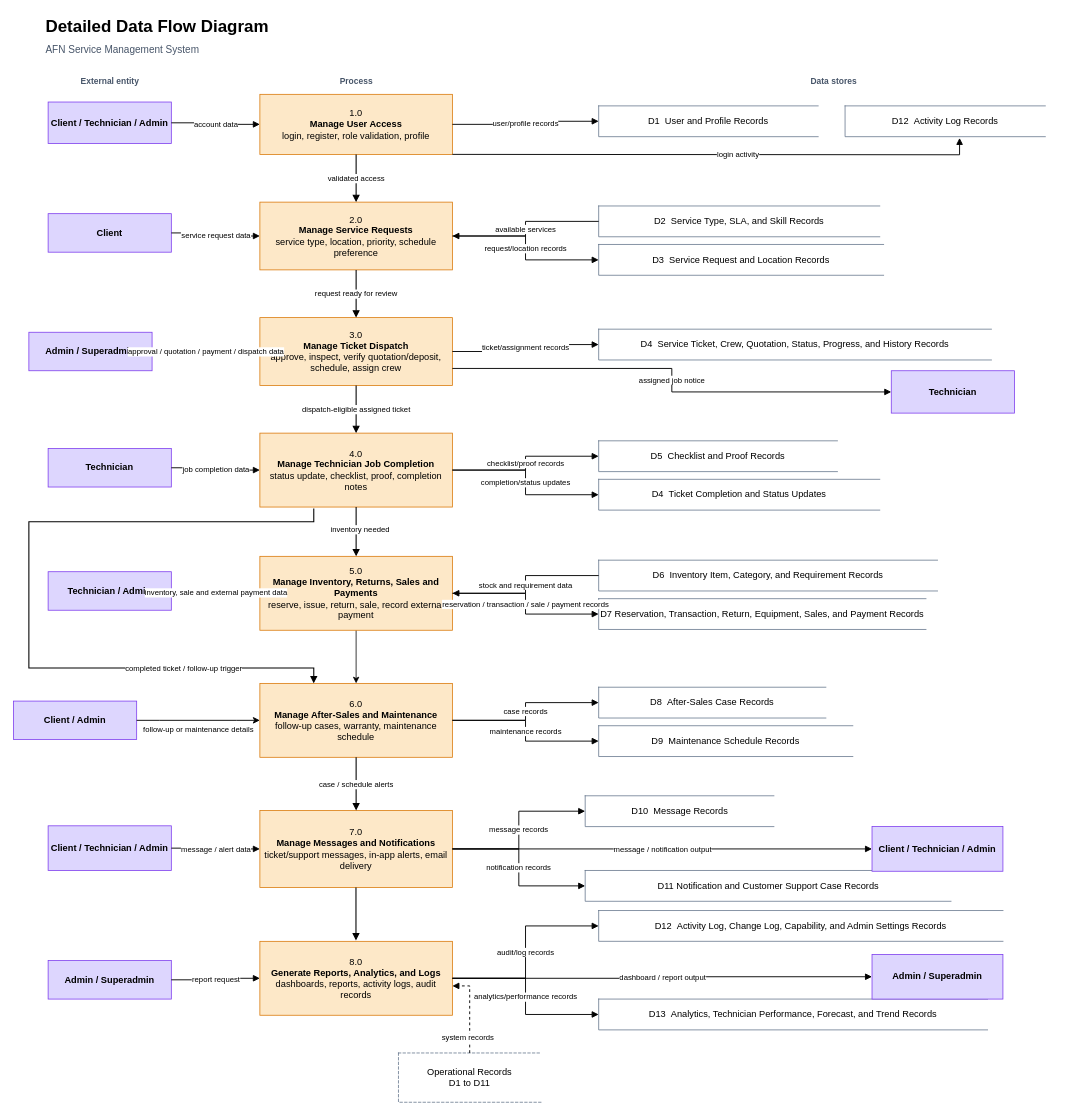
Above: docs/models/AFN_DETAILED_DFD_STRUCTURED.drawio in JH1Npop/capstone-current (draw.io), before the change. Source tidied: cells renumbered, new cells numbered last; positions are measured from the earlier drawing's top-left corner, leaving out a move shared by most shapes. Both pictures are drawn from the tidied source at 77%, with x=0, y=0 at pixel (13, 13).
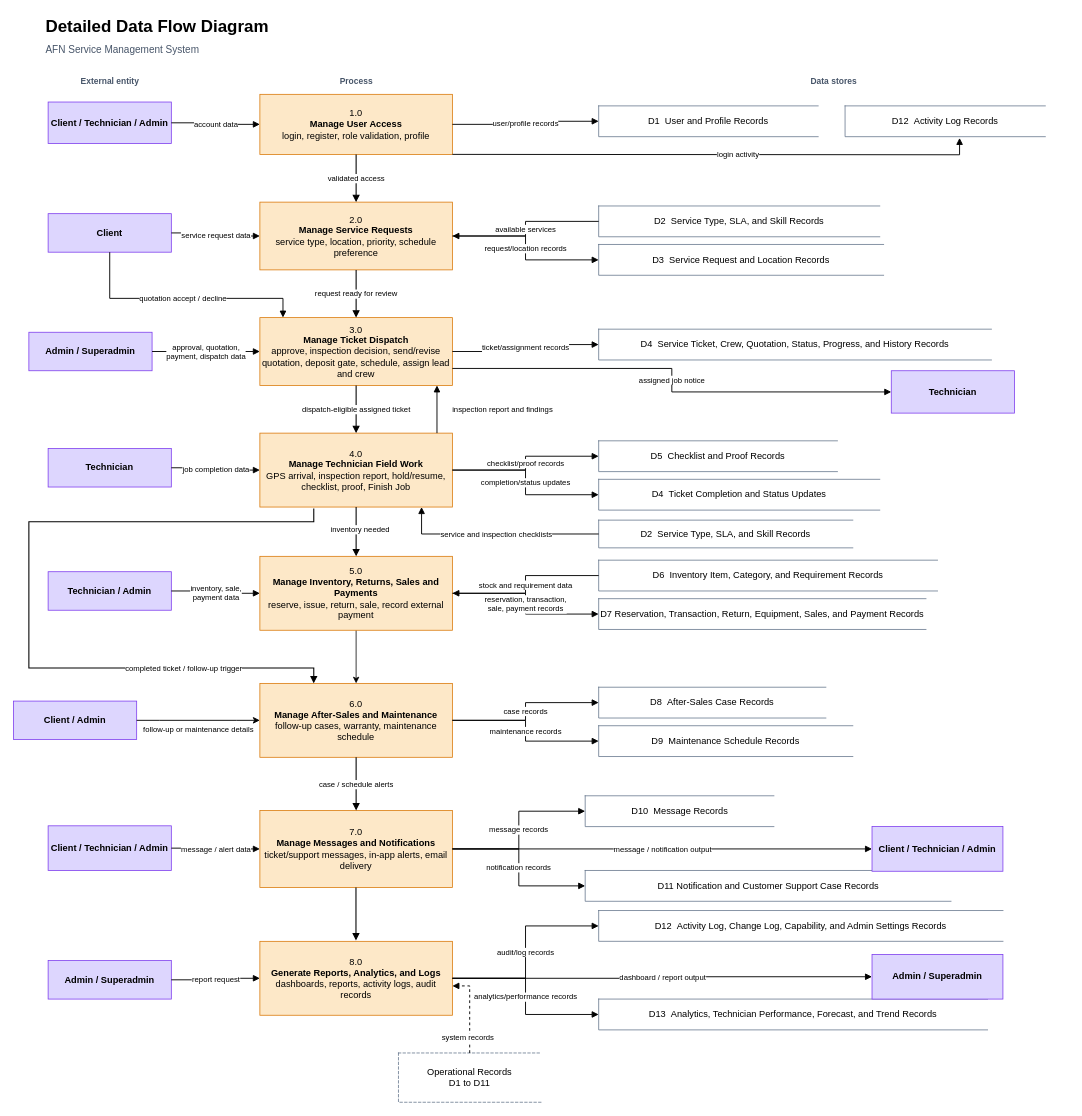
The same page after the edit.

Unchanged cells that the change refers to:
```xml
<mxCell id="11" value="Client" style="rounded=0;whiteSpace=wrap;html=1;fillColor=#ddd6fe;strokeColor=#7c3aed;fontSize=12;fontStyle=1;" parent="1" vertex="1">
  <mxGeometry x="45" y="260" width="160" height="50" as="geometry" />
</mxCell>
<mxCell id="15" value="Admin / Superadmin" style="rounded=0;whiteSpace=wrap;html=1;fillColor=#ddd6fe;strokeColor=#7c3aed;fontSize=12;fontStyle=1;" parent="1" vertex="1">
  <mxGeometry x="20" y="414" width="160" height="50" as="geometry" />
</mxCell>
<mxCell id="23" value="Technician / Admin" style="rounded=0;whiteSpace=wrap;html=1;fillColor=#ddd6fe;strokeColor=#7c3aed;fontSize=12;fontStyle=1;" parent="1" vertex="1">
  <mxGeometry x="45" y="725" width="160" height="50" as="geometry" />
</mxCell>
<mxCell id="25" value="5.0&lt;br&gt;&lt;b&gt;Manage Inventory, Returns, Sales and Payments&lt;/b&gt;&lt;br&gt;reserve, issue, return, sale, record external payment" style="rounded=0;whiteSpace=wrap;html=1;fillColor=#fde8c8;strokeColor=#d97706;fontSize=12;" parent="1" vertex="1">
  <mxGeometry x="320" y="705" width="250" height="96" as="geometry" />
</mxCell>
<mxCell id="27" value="D7  Reservation, Transaction, Return, Equipment, Sales, and Payment Records" style="shape=partialRectangle;whiteSpace=wrap;html=1;right=0;fillColor=#ffffff;strokeColor=#64748b;fontSize=12;" parent="1" vertex="1">
  <mxGeometry x="760" y="760" width="425" height="40" as="geometry" />
</mxCell>
```

Change to the diagram source:
```diff
@@
-    <mxCell id="16" value="3.0&lt;br&gt;&lt;b&gt;Manage Ticket Dispatch&lt;/b&gt;&lt;br&gt;approve, inspect, verify quotation/deposit, schedule, assign crew" style="rounded=0;whiteSpace=wrap;html=1;fillColor=#fde8c8;strokeColor=#d97706;fontSize=12;" parent="1" vertex="1">
+    <mxCell id="16" value="3.0&lt;br&gt;&lt;b&gt;Manage Ticket Dispatch&lt;/b&gt;&lt;br&gt;approve, inspection decision, send/revise quotation, deposit gate, schedule, assign lead and crew" style="rounded=0;whiteSpace=wrap;html=1;fillColor=#fde8c8;strokeColor=#d97706;fontSize=12;" parent="1" vertex="1">
       <mxGeometry x="320" y="395" width="250" height="88" as="geometry" />
     </mxCell>
@@
-    <mxCell id="20" value="4.0&lt;br&gt;&lt;b&gt;Manage Technician Job Completion&lt;/b&gt;&lt;br&gt;status update, checklist, proof, completion notes" style="rounded=0;whiteSpace=wrap;html=1;fillColor=#fde8c8;strokeColor=#d97706;fontSize=12;" parent="1" vertex="1">
+    <mxCell id="20" value="4.0&lt;br&gt;&lt;b&gt;Manage Technician Field Work&lt;/b&gt;&lt;br&gt;GPS arrival, inspection report, hold/resume, checklist, proof, Finish Job" style="rounded=0;whiteSpace=wrap;html=1;fillColor=#fde8c8;strokeColor=#d97706;fontSize=12;" parent="1" vertex="1">
       <mxGeometry x="320" y="545" width="250" height="96" as="geometry" />
     </mxCell>
@@
-    <mxCell id="45" value="approval / quotation / payment / dispatch data" style="edgeStyle=orthogonalEdgeStyle;rounded=0;html=1;endArrow=block;endFill=1;fontSize=10;strokeWidth=1.2;" parent="1" edge="1" source="15" target="16">
+    <mxCell id="45" value="approval, quotation,&lt;br&gt;payment, dispatch data" style="edgeStyle=orthogonalEdgeStyle;rounded=0;html=1;endArrow=block;endFill=1;fontSize=10;strokeWidth=1.2;" parent="1" edge="1" source="15" target="16">
       <mxGeometry relative="1" as="geometry" />
     </mxCell>
@@
-    <mxCell id="47" value="inventory, sale and external payment data" style="edgeStyle=orthogonalEdgeStyle;rounded=0;html=1;endArrow=block;endFill=1;fontSize=10;strokeWidth=1.2;" parent="1" edge="1" source="23" target="25">
+    <mxCell id="47" value="inventory, sale,&lt;br&gt;payment data" style="edgeStyle=orthogonalEdgeStyle;rounded=0;html=1;endArrow=block;endFill=1;fontSize=10;strokeWidth=1.2;" parent="1" edge="1" source="23" target="25">
       <mxGeometry relative="1" as="geometry" />
     </mxCell>
@@
-    <mxCell id="60" value="reservation / transaction / sale / payment records" style="edgeStyle=orthogonalEdgeStyle;rounded=0;html=1;endArrow=block;endFill=1;fontSize=10;strokeWidth=1.2;" parent="1" edge="1" source="25" target="27">
+    <mxCell id="60" value="reservation, transaction,&lt;br&gt;sale, payment records" style="edgeStyle=orthogonalEdgeStyle;rounded=0;html=1;endArrow=block;endFill=1;fontSize=10;strokeWidth=1.2;" parent="1" edge="1" source="25" target="27">
       <mxGeometry relative="1" as="geometry" />
     </mxCell>
@@
+    <mxCell id="77" value="D2  Service Type, SLA, and Skill Records" style="shape=partialRectangle;whiteSpace=wrap;html=1;right=0;fillColor=#ffffff;strokeColor=#64748b;fontSize=12;" parent="1" vertex="1">
+      <mxGeometry x="760" y="658" width="330" height="36" as="geometry" />
+    </mxCell>
+    <mxCell id="78" value="quotation accept / decline" style="edgeStyle=orthogonalEdgeStyle;rounded=0;html=1;endArrow=block;endFill=1;fontSize=10;strokeWidth=1.2;labelBackgroundColor=#ffffff;exitX=0.5;exitY=1;exitDx=0;exitDy=0;entryX=0.12;entryY=0;entryDx=0;entryDy=0;" parent="1" edge="1" source="11" target="16">
+      <mxGeometry relative="1" as="geometry">
+        <Array as="points">
+          <mxPoint x="125" y="370" />
+          <mxPoint x="350" y="370" />
+        </Array>
+      </mxGeometry>
+    </mxCell>
+    <mxCell id="79" value="inspection report and findings" style="edgeStyle=orthogonalEdgeStyle;rounded=0;html=1;endArrow=block;endFill=1;fontSize=10;strokeWidth=1.2;labelBackgroundColor=#ffffff;exitX=0.92;exitY=0;exitDx=0;exitDy=0;entryX=0.92;entryY=1;entryDx=0;entryDy=0;" parent="1" edge="1" source="20" target="16">
+      <mxGeometry relative="1" as="geometry">
+        <mxPoint x="85" as="offset" />
+      </mxGeometry>
+    </mxCell>
+    <mxCell id="80" value="service and inspection checklists" style="edgeStyle=orthogonalEdgeStyle;rounded=0;html=1;endArrow=block;endFill=1;fontSize=10;strokeWidth=1.2;labelBackgroundColor=#ffffff;exitX=0;exitY=0.5;exitDx=0;exitDy=0;entryX=0.84;entryY=1;entryDx=0;entryDy=0;" parent="1" edge="1" source="77" target="20">
+      <mxGeometry relative="1" as="geometry">
+        <Array as="points">
+          <mxPoint x="530" y="676" />
+        </Array>
+      </mxGeometry>
+    </mxCell>
```
